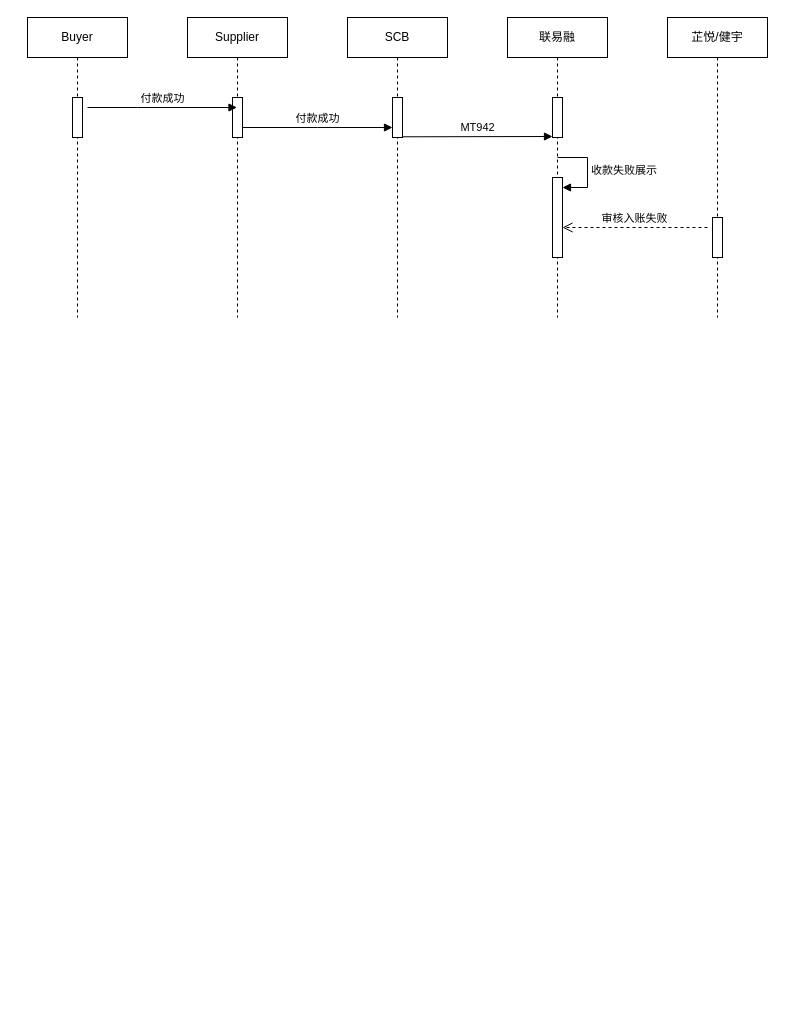
0573xieguojia/To-program keeps this draw.io diagram as LLSI/SCB inward notification.drawio. Above is the earlier version. Source tidied: cells renumbered, new cells numbered last; positions are measured from the earlier drawing's top-left corner, leaving out a move shared by most shapes. Both pictures are drawn from the tidied source at 100%, with x=0, y=0 at pixel (27, 17).
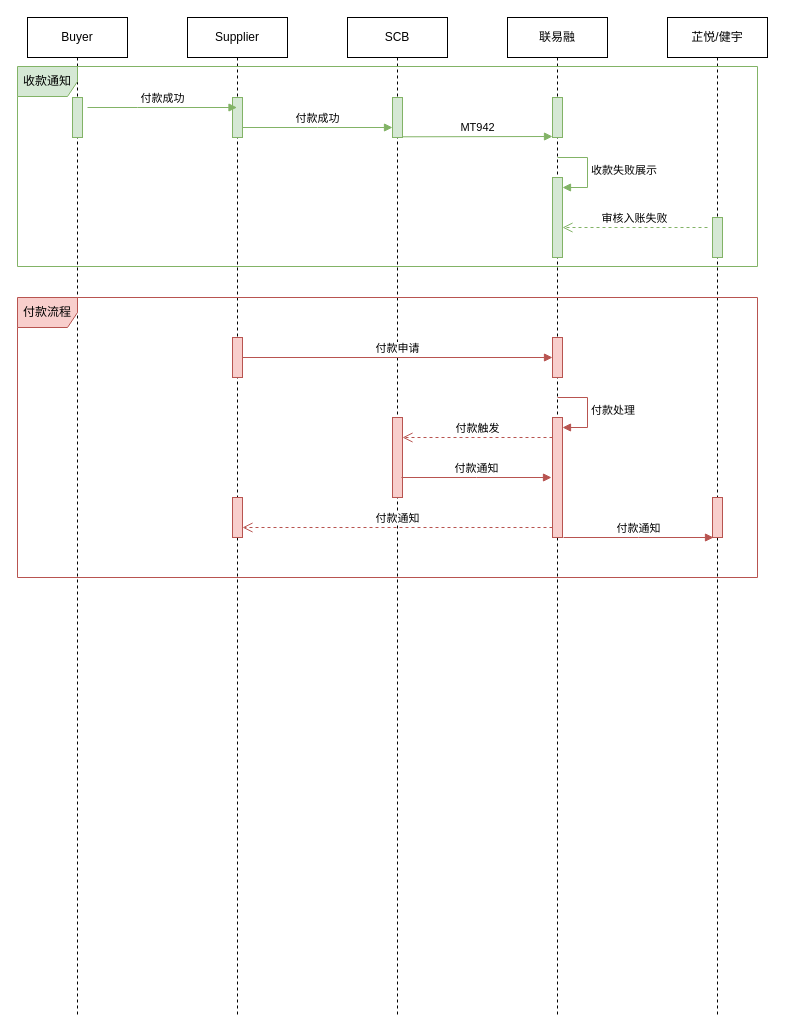
After the change.

What changed in the source:
```diff
@@
     <mxCell id="2" value="Supplier" style="shape=umlLifeline;perimeter=lifelinePerimeter;whiteSpace=wrap;html=1;outlineConnect=0;portConstraint=eastwest;newEdgeStyle={&quot;edgeStyle&quot;:&quot;elbowEdgeStyle&quot;,&quot;elbow&quot;:&quot;vertical&quot;,&quot;curved&quot;:0,&quot;rounded&quot;:0};" parent="1" vertex="1">
-      <mxGeometry x="160" width="100" height="300" as="geometry" />
+      <mxGeometry x="160" width="100" height="1000" as="geometry" />
     </mxCell>
-    <mxCell id="3" style="html=1;perimeter=orthogonalPerimeter;targetShapes=umlLifeline;newEdgeStyle={&quot;edgeStyle&quot;:&quot;elbowEdgeStyle&quot;,&quot;elbow&quot;:&quot;vertical&quot;,&quot;curved&quot;:0,&quot;rounded&quot;:0};" parent="2" vertex="1">
+    <mxCell id="3" style="html=1;perimeter=orthogonalPerimeter;targetShapes=umlLifeline;newEdgeStyle={&quot;edgeStyle&quot;:&quot;elbowEdgeStyle&quot;,&quot;elbow&quot;:&quot;vertical&quot;,&quot;curved&quot;:0,&quot;rounded&quot;:0};fillColor=#d5e8d4;strokeColor=#82b366;" parent="2" vertex="1">
       <mxGeometry x="45" y="80" width="10" height="40" as="geometry" />
     </mxCell>
+    <mxCell id="18" style="html=1;points=[];perimeter=orthogonalPerimeter;outlineConnect=0;targetShapes=umlLifeline;portConstraint=eastwest;newEdgeStyle={&quot;edgeStyle&quot;:&quot;elbowEdgeStyle&quot;,&quot;elbow&quot;:&quot;vertical&quot;,&quot;curved&quot;:0,&quot;rounded&quot;:0};fillColor=#f8cecc;strokeColor=#b85450;" parent="2" vertex="1">
+      <mxGeometry x="45" y="320" width="10" height="40" as="geometry" />
+    </mxCell>
     <mxCell id="4" value="Buyer" style="shape=umlLifeline;perimeter=lifelinePerimeter;whiteSpace=wrap;html=1;newEdgeStyle={&quot;edgeStyle&quot;:&quot;elbowEdgeStyle&quot;,&quot;elbow&quot;:&quot;vertical&quot;,&quot;curved&quot;:0,&quot;rounded&quot;:0};" parent="1" vertex="1">
-      <mxGeometry width="100" height="300" as="geometry" />
+      <mxGeometry width="100" height="1000" as="geometry" />
     </mxCell>
-    <mxCell id="5" style="html=1;perimeter=orthogonalPerimeter;targetShapes=umlLifeline;newEdgeStyle={&quot;edgeStyle&quot;:&quot;elbowEdgeStyle&quot;,&quot;elbow&quot;:&quot;vertical&quot;,&quot;curved&quot;:0,&quot;rounded&quot;:0};" parent="4" vertex="1">
+    <mxCell id="5" style="html=1;perimeter=orthogonalPerimeter;targetShapes=umlLifeline;newEdgeStyle={&quot;edgeStyle&quot;:&quot;elbowEdgeStyle&quot;,&quot;elbow&quot;:&quot;vertical&quot;,&quot;curved&quot;:0,&quot;rounded&quot;:0};fillColor=#d5e8d4;strokeColor=#82b366;" parent="4" vertex="1">
       <mxGeometry x="45" y="80" width="10" height="40" as="geometry" />
     </mxCell>
     <mxCell id="6" value="SCB" style="shape=umlLifeline;perimeter=lifelinePerimeter;whiteSpace=wrap;html=1;newEdgeStyle={&quot;edgeStyle&quot;:&quot;elbowEdgeStyle&quot;,&quot;elbow&quot;:&quot;vertical&quot;,&quot;curved&quot;:0,&quot;rounded&quot;:0};" parent="1" vertex="1">
-      <mxGeometry x="320" width="100" height="300" as="geometry" />
+      <mxGeometry x="320" width="100" height="1000" as="geometry" />
     </mxCell>
-    <mxCell id="7" style="html=1;perimeter=orthogonalPerimeter;targetShapes=umlLifeline;newEdgeStyle={&quot;edgeStyle&quot;:&quot;elbowEdgeStyle&quot;,&quot;elbow&quot;:&quot;vertical&quot;,&quot;curved&quot;:0,&quot;rounded&quot;:0};" parent="6" vertex="1">
+    <mxCell id="7" style="html=1;perimeter=orthogonalPerimeter;targetShapes=umlLifeline;newEdgeStyle={&quot;edgeStyle&quot;:&quot;elbowEdgeStyle&quot;,&quot;elbow&quot;:&quot;vertical&quot;,&quot;curved&quot;:0,&quot;rounded&quot;:0};fillColor=#d5e8d4;strokeColor=#82b366;" parent="6" vertex="1">
       <mxGeometry x="45" y="80" width="10" height="40" as="geometry" />
     </mxCell>
     <mxCell id="8" value="联易融" style="shape=umlLifeline;perimeter=lifelinePerimeter;whiteSpace=wrap;html=1;newEdgeStyle={&quot;edgeStyle&quot;:&quot;elbowEdgeStyle&quot;,&quot;elbow&quot;:&quot;vertical&quot;,&quot;curved&quot;:0,&quot;rounded&quot;:0};" parent="1" vertex="1">
-      <mxGeometry x="480" width="100" height="300" as="geometry" />
+      <mxGeometry x="480" width="100" height="1000" as="geometry" />
     </mxCell>
-    <mxCell id="9" style="html=1;perimeter=orthogonalPerimeter;targetShapes=umlLifeline;newEdgeStyle={&quot;edgeStyle&quot;:&quot;elbowEdgeStyle&quot;,&quot;elbow&quot;:&quot;vertical&quot;,&quot;curved&quot;:0,&quot;rounded&quot;:0};" parent="8" vertex="1">
+    <mxCell id="9" style="html=1;perimeter=orthogonalPerimeter;targetShapes=umlLifeline;newEdgeStyle={&quot;edgeStyle&quot;:&quot;elbowEdgeStyle&quot;,&quot;elbow&quot;:&quot;vertical&quot;,&quot;curved&quot;:0,&quot;rounded&quot;:0};fillColor=#d5e8d4;strokeColor=#82b366;" parent="8" vertex="1">
       <mxGeometry x="45" y="80" width="10" height="40" as="geometry" />
     </mxCell>
-    <mxCell id="10" style="html=1;points=[];perimeter=orthogonalPerimeter;outlineConnect=0;targetShapes=umlLifeline;portConstraint=eastwest;newEdgeStyle={&quot;edgeStyle&quot;:&quot;elbowEdgeStyle&quot;,&quot;elbow&quot;:&quot;vertical&quot;,&quot;curved&quot;:0,&quot;rounded&quot;:0};" parent="8" vertex="1">
+    <mxCell id="10" style="html=1;points=[];perimeter=orthogonalPerimeter;outlineConnect=0;targetShapes=umlLifeline;portConstraint=eastwest;newEdgeStyle={&quot;edgeStyle&quot;:&quot;elbowEdgeStyle&quot;,&quot;elbow&quot;:&quot;vertical&quot;,&quot;curved&quot;:0,&quot;rounded&quot;:0};fillColor=#d5e8d4;strokeColor=#82b366;" parent="8" vertex="1">
       <mxGeometry x="45" y="160" width="10" height="80" as="geometry" />
     </mxCell>
-    <mxCell id="11" value="收款失败展示" style="html=1;align=left;spacingLeft=2;endArrow=block;rounded=0;edgeStyle=orthogonalEdgeStyle;curved=0;rounded=0;" parent="8" edge="1" target="10">
+    <mxCell id="11" value="收款失败展示" style="html=1;align=left;spacingLeft=2;endArrow=block;rounded=0;edgeStyle=orthogonalEdgeStyle;curved=0;rounded=0;fillColor=#d5e8d4;strokeColor=#82b366;" parent="8" edge="1" target="10">
       <mxGeometry relative="1" as="geometry">
         <mxPoint x="50" y="140" as="sourcePoint" />
         <Array as="points">
           <mxPoint x="80" y="170" />
         </Array>
       </mxGeometry>
     </mxCell>
+    <mxCell id="19" style="html=1;points=[];perimeter=orthogonalPerimeter;outlineConnect=0;targetShapes=umlLifeline;portConstraint=eastwest;newEdgeStyle={&quot;edgeStyle&quot;:&quot;elbowEdgeStyle&quot;,&quot;elbow&quot;:&quot;vertical&quot;,&quot;curved&quot;:0,&quot;rounded&quot;:0};fillColor=#f8cecc;strokeColor=#b85450;" parent="8" vertex="1">
+      <mxGeometry x="45" y="320" width="10" height="40" as="geometry" />
+    </mxCell>
+    <mxCell id="20" style="html=1;points=[];perimeter=orthogonalPerimeter;outlineConnect=0;targetShapes=umlLifeline;portConstraint=eastwest;newEdgeStyle={&quot;edgeStyle&quot;:&quot;elbowEdgeStyle&quot;,&quot;elbow&quot;:&quot;vertical&quot;,&quot;curved&quot;:0,&quot;rounded&quot;:0};fillColor=#f8cecc;strokeColor=#b85450;" parent="8" vertex="1">
+      <mxGeometry x="45" y="400" width="10" height="120" as="geometry" />
+    </mxCell>
+    <mxCell id="21" value="付款处理" style="html=1;align=left;spacingLeft=2;endArrow=block;rounded=0;edgeStyle=orthogonalEdgeStyle;curved=0;rounded=0;fillColor=#f8cecc;strokeColor=#b85450;" parent="8" edge="1" target="20">
+      <mxGeometry relative="1" as="geometry">
+        <mxPoint x="50" y="380" as="sourcePoint" />
+        <Array as="points">
+          <mxPoint x="80" y="410" />
+        </Array>
+      </mxGeometry>
+    </mxCell>
-    <mxCell id="12" value="付款成功" style="html=1;verticalAlign=bottom;endArrow=block;edgeStyle=elbowEdgeStyle;elbow=vertical;curved=0;rounded=0;" parent="1" edge="1" target="2">
+    <mxCell id="12" value="付款成功" style="html=1;verticalAlign=bottom;endArrow=block;edgeStyle=elbowEdgeStyle;elbow=vertical;curved=0;rounded=0;fillColor=#d5e8d4;strokeColor=#82b366;" parent="1" edge="1" target="2">
       <mxGeometry relative="1" as="geometry">
         <mxPoint x="60" y="90" as="sourcePoint" />
       </mxGeometry>
     </mxCell>
     <mxCell id="13" value="芷悦/健宇" style="shape=umlLifeline;perimeter=lifelinePerimeter;whiteSpace=wrap;html=1;newEdgeStyle={&quot;edgeStyle&quot;:&quot;elbowEdgeStyle&quot;,&quot;elbow&quot;:&quot;vertical&quot;,&quot;curved&quot;:0,&quot;rounded&quot;:0};" parent="1" vertex="1">
-      <mxGeometry x="640" width="100" height="300" as="geometry" />
+      <mxGeometry x="640" width="100" height="1000" as="geometry" />
     </mxCell>
-    <mxCell id="14" style="html=1;perimeter=orthogonalPerimeter;targetShapes=umlLifeline;newEdgeStyle={&quot;edgeStyle&quot;:&quot;elbowEdgeStyle&quot;,&quot;elbow&quot;:&quot;vertical&quot;,&quot;curved&quot;:0,&quot;rounded&quot;:0};" parent="13" vertex="1">
+    <mxCell id="14" style="html=1;perimeter=orthogonalPerimeter;targetShapes=umlLifeline;newEdgeStyle={&quot;edgeStyle&quot;:&quot;elbowEdgeStyle&quot;,&quot;elbow&quot;:&quot;vertical&quot;,&quot;curved&quot;:0,&quot;rounded&quot;:0};fillColor=#d5e8d4;strokeColor=#82b366;" parent="13" vertex="1">
       <mxGeometry x="45" y="200" width="10" height="40" as="geometry" />
     </mxCell>
-    <mxCell id="15" value="付款成功" style="html=1;verticalAlign=bottom;endArrow=block;edgeStyle=elbowEdgeStyle;elbow=vertical;curved=0;rounded=0;" parent="1" edge="1">
+    <mxCell id="15" value="付款成功" style="html=1;verticalAlign=bottom;endArrow=block;edgeStyle=elbowEdgeStyle;elbow=vertical;curved=0;rounded=0;fillColor=#d5e8d4;strokeColor=#82b366;" parent="1" edge="1">
       <mxGeometry relative="1" as="geometry">
         <mxPoint x="215" y="110" as="sourcePoint" />
         <mxPoint x="365" y="110" as="targetPoint" />
       </mxGeometry>
     </mxCell>
-    <mxCell id="16" value="MT942" style="html=1;verticalAlign=bottom;endArrow=block;edgeStyle=elbowEdgeStyle;elbow=vertical;curved=0;rounded=0;" parent="1" edge="1">
+    <mxCell id="16" value="MT942" style="html=1;verticalAlign=bottom;endArrow=block;edgeStyle=elbowEdgeStyle;elbow=vertical;curved=0;rounded=0;fillColor=#d5e8d4;strokeColor=#82b366;" parent="1" edge="1">
       <mxGeometry relative="1" as="geometry">
         <mxPoint x="375" y="119.3" as="sourcePoint" />
         <mxPoint x="525" y="119.3" as="targetPoint" />
       </mxGeometry>
     </mxCell>
-    <mxCell id="17" value="审核入账失败" style="html=1;verticalAlign=bottom;endArrow=open;dashed=1;endSize=8;edgeStyle=elbowEdgeStyle;elbow=vertical;curved=0;rounded=0;" parent="1" edge="1">
+    <mxCell id="17" value="审核入账失败" style="html=1;verticalAlign=bottom;endArrow=open;dashed=1;endSize=8;edgeStyle=elbowEdgeStyle;elbow=vertical;curved=0;rounded=0;fillColor=#d5e8d4;strokeColor=#82b366;" parent="1" edge="1">
       <mxGeometry relative="1" as="geometry">
         <mxPoint x="680" y="210" as="sourcePoint" />
         <mxPoint x="535" y="210" as="targetPoint" />
       </mxGeometry>
     </mxCell>
+    <mxCell id="22" value="收款通知" style="shape=umlFrame;whiteSpace=wrap;html=1;fillColor=#d5e8d4;strokeColor=#82b366;" parent="1" vertex="1">
+      <mxGeometry x="-10" y="49" width="740" height="200" as="geometry" />
+    </mxCell>
+    <mxCell id="23" value="付款流程" style="shape=umlFrame;whiteSpace=wrap;html=1;fillColor=#f8cecc;strokeColor=#b85450;" parent="1" vertex="1">
+      <mxGeometry x="-10" y="280" width="740" height="280" as="geometry" />
+    </mxCell>
+    <mxCell id="24" value="付款申请" style="html=1;verticalAlign=bottom;endArrow=block;edgeStyle=elbowEdgeStyle;elbow=vertical;curved=0;rounded=0;fillColor=#f8cecc;strokeColor=#b85450;" parent="1" edge="1" source="18" target="19">
+      <mxGeometry relative="1" as="geometry" />
+    </mxCell>
+    <mxCell id="25" style="html=1;perimeter=orthogonalPerimeter;targetShapes=umlLifeline;newEdgeStyle={&quot;edgeStyle&quot;:&quot;elbowEdgeStyle&quot;,&quot;elbow&quot;:&quot;vertical&quot;,&quot;curved&quot;:0,&quot;rounded&quot;:0};fillColor=#f8cecc;strokeColor=#b85450;" parent="1" vertex="1">
+      <mxGeometry x="365" y="400" width="10" height="80" as="geometry" />
+    </mxCell>
+    <mxCell id="26" value="付款触发" style="html=1;verticalAlign=bottom;endArrow=open;dashed=1;endSize=8;edgeStyle=elbowEdgeStyle;elbow=vertical;curved=0;rounded=0;fillColor=#f8cecc;strokeColor=#b85450;" parent="1" edge="1" source="20">
+      <mxGeometry relative="1" as="geometry">
+        <mxPoint x="375" y="419.8" as="targetPoint" />
+      </mxGeometry>
+    </mxCell>
+    <mxCell id="27" value="付款通知" style="html=1;verticalAlign=bottom;endArrow=block;edgeStyle=elbowEdgeStyle;elbow=vertical;curved=0;rounded=0;exitX=0.5;exitY=0.75;exitDx=0;exitDy=0;exitPerimeter=0;entryX=0.4;entryY=0.46;entryDx=0;entryDy=0;entryPerimeter=0;fillColor=#f8cecc;strokeColor=#b85450;" parent="1" edge="1">
+      <mxGeometry relative="1" as="geometry">
+        <mxPoint x="374" y="460" as="sourcePoint" />
+        <mxPoint x="524" y="460" as="targetPoint" />
+      </mxGeometry>
+    </mxCell>
+    <mxCell id="28" value="付款通知" style="html=1;verticalAlign=bottom;endArrow=open;dashed=1;endSize=8;edgeStyle=elbowEdgeStyle;elbow=vertical;curved=0;rounded=0;fillColor=#f8cecc;strokeColor=#b85450;" parent="1" edge="1" source="20" target="29">
+      <mxGeometry relative="1" as="geometry">
+        <Array as="points">
+          <mxPoint x="520" y="510" />
+        </Array>
+      </mxGeometry>
+    </mxCell>
+    <mxCell id="29" style="html=1;points=[];perimeter=orthogonalPerimeter;outlineConnect=0;targetShapes=umlLifeline;portConstraint=eastwest;newEdgeStyle={&quot;edgeStyle&quot;:&quot;elbowEdgeStyle&quot;,&quot;elbow&quot;:&quot;vertical&quot;,&quot;curved&quot;:0,&quot;rounded&quot;:0};fillColor=#f8cecc;strokeColor=#b85450;" parent="1" vertex="1">
+      <mxGeometry x="205" y="480" width="10" height="40" as="geometry" />
+    </mxCell>
+    <mxCell id="30" style="html=1;perimeter=orthogonalPerimeter;targetShapes=umlLifeline;newEdgeStyle={&quot;edgeStyle&quot;:&quot;elbowEdgeStyle&quot;,&quot;elbow&quot;:&quot;vertical&quot;,&quot;curved&quot;:0,&quot;rounded&quot;:0};fillColor=#f8cecc;strokeColor=#b85450;" parent="1" vertex="1">
+      <mxGeometry x="685" y="480" width="10" height="40" as="geometry" />
+    </mxCell>
+    <mxCell id="31" value="付款通知" style="html=1;verticalAlign=bottom;endArrow=block;edgeStyle=elbowEdgeStyle;elbow=vertical;curved=0;rounded=0;fillColor=#f8cecc;strokeColor=#b85450;" parent="1" edge="1">
+      <mxGeometry relative="1" as="geometry">
+        <mxPoint x="536" y="520" as="sourcePoint" />
+        <mxPoint x="686" y="520" as="targetPoint" />
+      </mxGeometry>
+    </mxCell>
```
